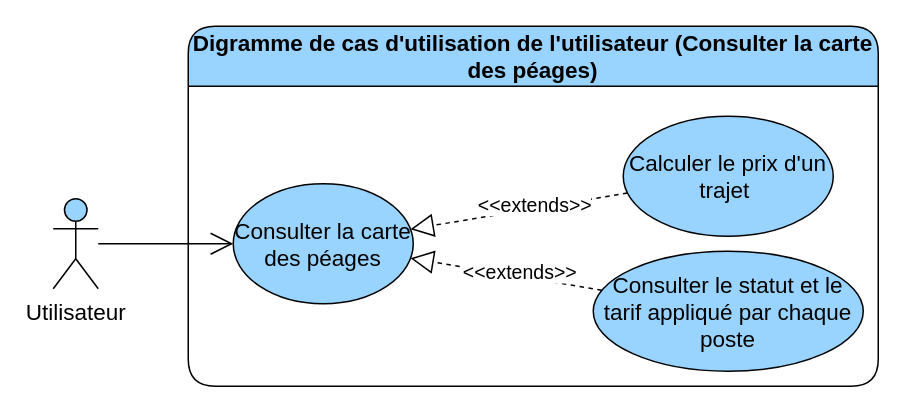
Before: page "consulter la carte des péages" (3 of 4) of diagrams/use-case/utilisateur.drawio in devlotfi/peage-pay, a draw.io diagram. Source tidied: cells renumbered, new cells numbered last; positions are measured from the earlier drawing's top-left corner, leaving out a move shared by most shapes. Both pictures are drawn from the tidied source at 150%, with x=0, y=0 at pixel (52, 26).
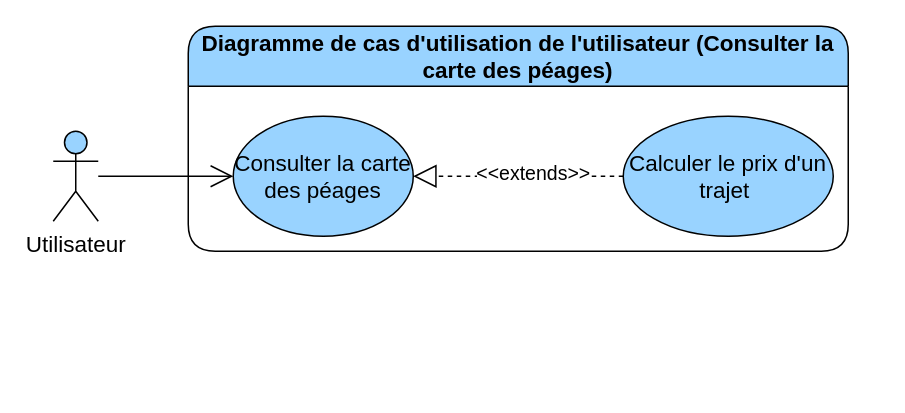
The same page after the edit.

The edit, as a diff of the source:
```diff
@@
 <mxGraphModel>
   <root>
     <mxCell id="0" />
     <mxCell id="1" parent="0" />
-    <mxCell id="2" value="Digramme de cas d'utilisation de l'utilisateur&amp;nbsp;(Consulter la carte des péages)" style="swimlane;whiteSpace=wrap;html=1;rounded=1;fillColor=#99D3FF;fontSize=15;startSize=40;" parent="1" vertex="1">
-      <mxGeometry x="90" width="460" height="240" as="geometry" />
+    <mxCell id="2" value="Diagramme de cas d'utilisation de l'utilisateur&amp;nbsp;(Consulter la carte des péages)" style="swimlane;whiteSpace=wrap;html=1;rounded=1;fillColor=#99D3FF;fontSize=15;startSize=40;" parent="1" vertex="1">
+      <mxGeometry x="90" width="440" height="150" as="geometry" />
     </mxCell>
     <mxCell id="3" value="Consulter la carte des péages" style="ellipse;whiteSpace=wrap;html=1;strokeColor=default;align=center;verticalAlign=middle;fontFamily=Helvetica;fontSize=15;fontColor=default;fillColor=#99D3FF;" parent="2" vertex="1">
-      <mxGeometry x="30" y="105" width="120" height="80" as="geometry" />
+      <mxGeometry x="30" y="60" width="120" height="80" as="geometry" />
     </mxCell>
     <mxCell id="4" style="edgeStyle=none;rounded=0;jettySize=auto;html=1;dashed=1;strokeColor=default;align=center;verticalAlign=middle;fontFamily=Helvetica;fontSize=15;fontColor=default;labelBackgroundColor=default;startSize=6;endArrow=block;endFill=0;endSize=13;" parent="2" edge="1" source="6" target="3">
       <mxGeometry relative="1" as="geometry" />
     </mxCell>
     <mxCell id="5" value="&amp;lt;&amp;lt;extends&amp;gt;&amp;gt;" style="edgeLabel;html=1;align=center;verticalAlign=middle;strokeColor=default;fontFamily=Helvetica;fontSize=13;fontColor=default;labelBackgroundColor=default;fillColor=#99D3FF;" parent="4" vertex="1">
       <mxGeometry x="-0.12" y="-3" relative="1" as="geometry">
         <mxPoint x="1" as="offset" />
       </mxGeometry>
     </mxCell>
     <mxCell id="6" value="Calculer le prix d'un trajet&amp;nbsp;" style="ellipse;whiteSpace=wrap;html=1;strokeColor=default;align=center;verticalAlign=middle;fontFamily=Helvetica;fontSize=15;fontColor=default;fillColor=#99D3FF;" parent="2" vertex="1">
       <mxGeometry x="290" y="60" width="140" height="80" as="geometry" />
     </mxCell>
-    <mxCell id="7" value="Consulter le statut et le tarif appliqué par chaque poste" style="ellipse;whiteSpace=wrap;html=1;strokeColor=default;align=center;verticalAlign=middle;fontFamily=Helvetica;fontSize=15;fontColor=default;fillColor=#99D3FF;" parent="2" vertex="1">
-      <mxGeometry x="270" y="150" width="180" height="80" as="geometry" />
-    </mxCell>
-    <mxCell id="8" style="edgeStyle=none;rounded=0;jettySize=auto;html=1;dashed=1;strokeColor=default;align=center;verticalAlign=middle;fontFamily=Helvetica;fontSize=15;fontColor=default;labelBackgroundColor=default;startSize=6;endArrow=block;endFill=0;endSize=13;" parent="2" edge="1" source="7" target="3">
-      <mxGeometry relative="1" as="geometry" />
-    </mxCell>
-    <mxCell id="9" value="&amp;lt;&amp;lt;extends&amp;gt;&amp;gt;" style="edgeLabel;html=1;align=center;verticalAlign=middle;strokeColor=default;fontFamily=Helvetica;fontSize=13;fontColor=default;labelBackgroundColor=default;fillColor=#99D3FF;" parent="8" vertex="1">
-      <mxGeometry x="-0.12" y="-3" relative="1" as="geometry">
-        <mxPoint x="1" as="offset" />
-      </mxGeometry>
-    </mxCell>
     <mxCell id="10" style="rounded=0;jettySize=auto;html=1;fontFamily=Helvetica;fontSize=15;fontColor=default;endArrow=open;endFill=0;startSize=6;endSize=13;" parent="1" edge="1" source="11" target="3">
       <mxGeometry relative="1" as="geometry" />
     </mxCell>
     <mxCell id="11" value="Utilisateur" style="shape=umlActor;verticalLabelPosition=bottom;verticalAlign=top;html=1;outlineConnect=0;strokeColor=default;align=center;fontFamily=Helvetica;fontSize=15;fontColor=default;fillColor=#99D3FF;" parent="1" vertex="1">
-      <mxGeometry y="115" width="30" height="60" as="geometry" />
+      <mxGeometry y="70" width="30" height="60" as="geometry" />
     </mxCell>
   </root>
 </mxGraphModel>
```
